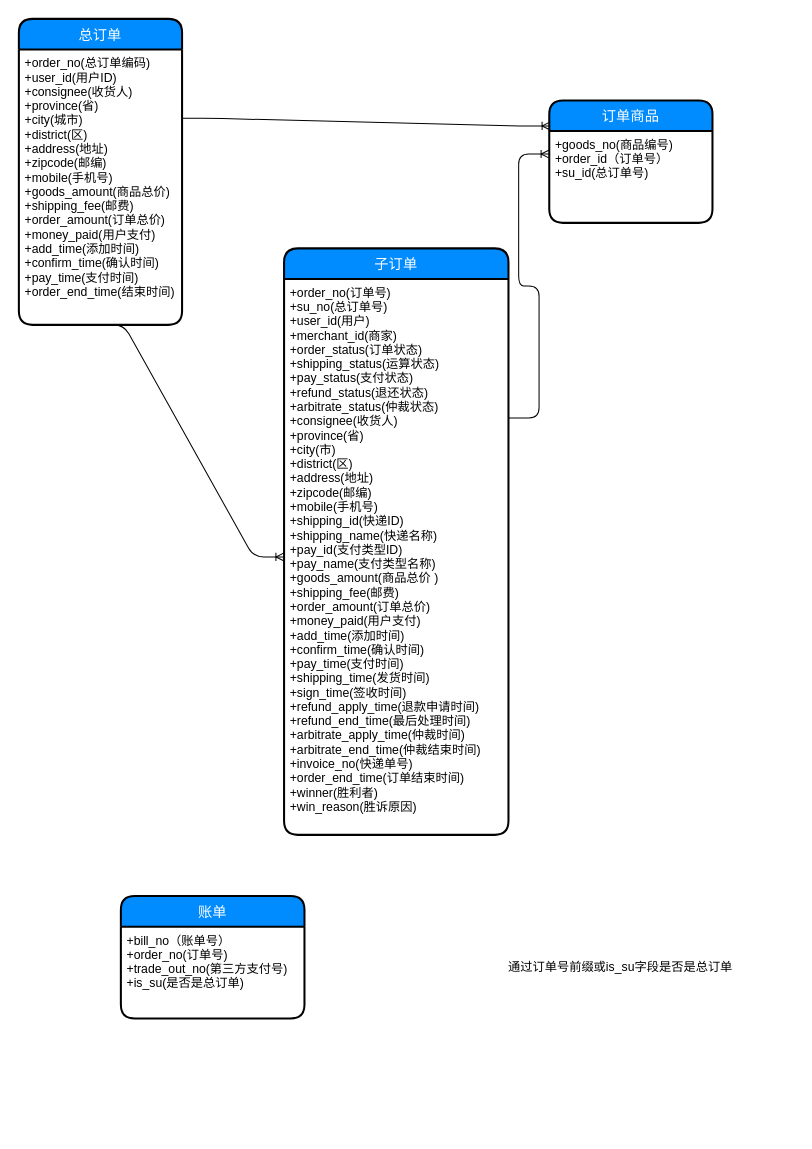
JhonShi/mashangqu keeps this draw.io diagram as page "第 5 页" (6 of 8) of 码上趣.drawio. Above is the earlier version. Source tidied: cells renumbered, new cells numbered last; positions are measured from the earlier drawing's top-left corner, leaving out a move shared by most shapes. Both pictures are drawn from the tidied source at 102%, with x=0, y=0 at pixel (18, 18).
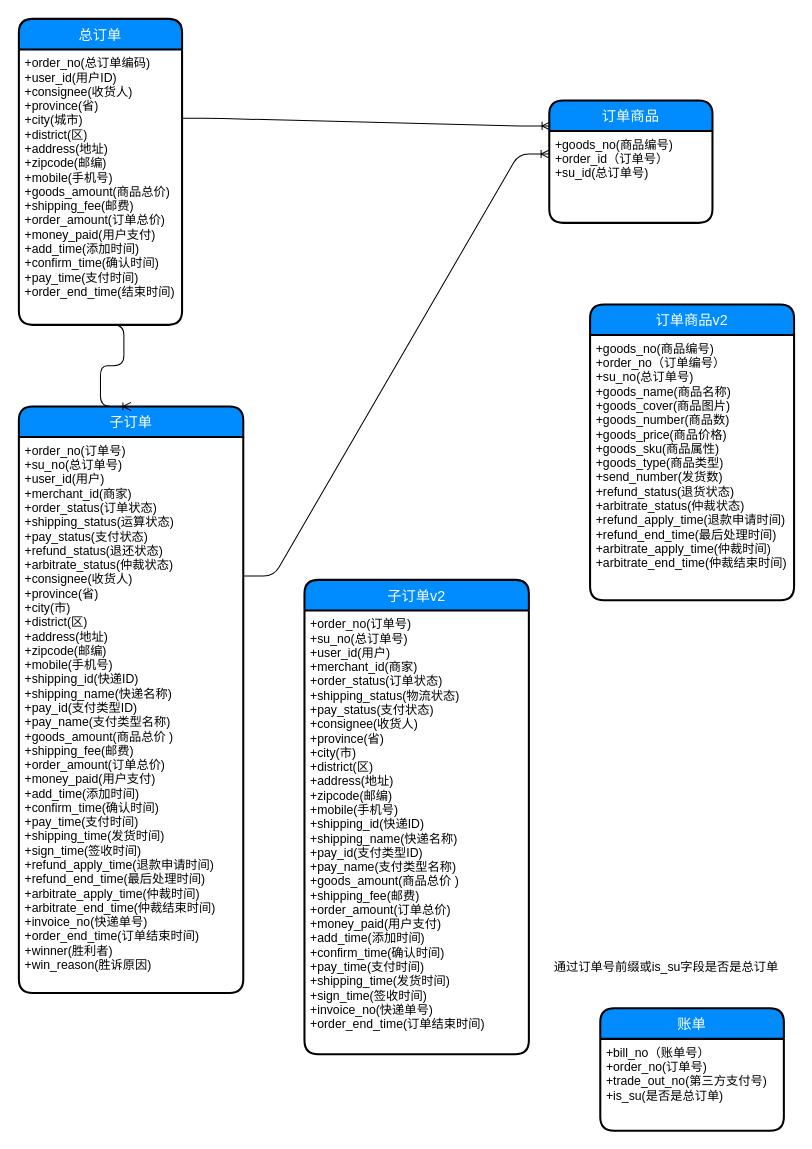
After the change.

Commit message:
更新码上趣.drawio

The edit, as a diff of the source:
```diff
@@
 <mxGraphModel>
   <root>
     <mxCell id="0" />
     <mxCell id="1" parent="0" />
     <mxCell id="2" value="总订单" style="swimlane;horizontal=1;startSize=30;fillColor=#008cff;fontColor=#FFFFFF;rounded=1;fontSize=14;fontStyle=0;strokeWidth=2;shadow=0;dashed=0;align=center;" parent="1" vertex="1">
       <mxGeometry width="160" height="300" as="geometry" />
     </mxCell>
     <mxCell id="3" value="+order_no(总订单编码)&#10;+user_id(用户ID)&#10;+consignee(收货人)&#10;+province(省)&#10;+city(城市)&#10;+district(区)&#10;+address(地址)&#10;+zipcode(邮编)&#10;+mobile(手机号)&#10;+goods_amount(商品总价)&#10;+shipping_fee(邮费)&#10;+order_amount(订单总价)&#10;+money_paid(用户支付)&#10;+add_time(添加时间)&#10;+confirm_time(确认时间)&#10;+pay_time(支付时间)&#10;+order_end_time(结束时间)&#10;" style="align=left;strokeColor=none;fillColor=none;spacingLeft=4;fontSize=12;verticalAlign=top;" parent="2" vertex="1">
       <mxGeometry y="30" width="160" height="270" as="geometry" />
     </mxCell>
     <mxCell id="4" value="订单商品" style="swimlane;horizontal=1;startSize=30;fillColor=#008cff;fontColor=#FFFFFF;rounded=1;fontSize=14;fontStyle=0;strokeWidth=2;shadow=0;dashed=0;align=center;" parent="1" vertex="1">
       <mxGeometry x="520" y="80" width="160" height="120" as="geometry" />
     </mxCell>
     <mxCell id="5" value="+goods_no(商品编号)&#10;+order_id（订单号）&#10;+su_id(总订单号)" style="align=left;strokeColor=none;fillColor=none;spacingLeft=4;fontSize=12;verticalAlign=top;" parent="4" vertex="1">
       <mxGeometry y="30" width="160" height="90" as="geometry" />
     </mxCell>
     <mxCell id="6" value="账单" style="swimlane;horizontal=1;startSize=30;fillColor=#008cff;fontColor=#FFFFFF;rounded=1;fontSize=14;fontStyle=0;strokeWidth=2;shadow=0;dashed=0;align=center;" parent="1" vertex="1">
-      <mxGeometry x="100" y="860" width="180" height="120" as="geometry" />
+      <mxGeometry x="570" y="970" width="180" height="120" as="geometry" />
     </mxCell>
     <mxCell id="7" value="+bill_no（账单号）&#10;+order_no(订单号)&#10;+trade_out_no(第三方支付号)&#10;+is_su(是否是总订单)" style="align=left;strokeColor=none;fillColor=none;spacingLeft=4;fontSize=12;verticalAlign=top;" parent="6" vertex="1">
       <mxGeometry y="30" width="180" height="90" as="geometry" />
     </mxCell>
     <mxCell id="8" style="edgeStyle=entityRelationEdgeStyle;fontSize=12;html=1;endArrow=ERoneToMany;exitX=1;exitY=0.25;exitDx=0;exitDy=0;entryX=0;entryY=0.25;entryDx=0;entryDy=0;" parent="1" edge="1" source="10" target="5">
       <mxGeometry relative="1" as="geometry" />
     </mxCell>
     <mxCell id="9" value="子订单" style="swimlane;horizontal=1;startSize=30;fillColor=#008cff;fontColor=#FFFFFF;rounded=1;fontSize=14;fontStyle=0;strokeWidth=2;shadow=0;dashed=0;align=center;" parent="1" vertex="1">
-      <mxGeometry x="260" y="225" width="220" height="575" as="geometry" />
+      <mxGeometry y="380" width="220" height="575" as="geometry" />
     </mxCell>
     <mxCell id="10" value="+order_no(订单号)&#10;+su_no(总订单号)&#10;+user_id(用户)&#10;+merchant_id(商家)&#10;+order_status(订单状态)&#10;+shipping_status(运算状态)&#10;+pay_status(支付状态)&#10;+refund_status(退还状态)&#10;+arbitrate_status(仲裁状态)&#10;+consignee(收货人)&#10;+province(省)&#10;+city(市)&#10;+district(区)&#10;+address(地址)&#10;+zipcode(邮编)&#10;+mobile(手机号)&#10;+shipping_id(快递ID)&#10;+shipping_name(快递名称)&#10;+pay_id(支付类型ID)&#10;+pay_name(支付类型名称)&#10;+goods_amount(商品总价 )&#10;+shipping_fee(邮费)&#10;+order_amount(订单总价)&#10;+money_paid(用户支付)&#10;+add_time(添加时间)&#10;+confirm_time(确认时间)&#10;+pay_time(支付时间)&#10;+shipping_time(发货时间)&#10;+sign_time(签收时间)&#10;+refund_apply_time(退款申请时间)&#10;+refund_end_time(最后处理时间)&#10;+arbitrate_apply_time(仲裁时间)&#10;+arbitrate_end_time(仲裁结束时间)&#10;+invoice_no(快递单号)&#10;+order_end_time(订单结束时间)&#10;+winner(胜利者)&#10;+win_reason(胜诉原因)" style="align=left;strokeColor=none;fillColor=none;spacingLeft=4;fontSize=12;verticalAlign=top;" parent="9" vertex="1">
       <mxGeometry y="30" width="220" height="545" as="geometry" />
     </mxCell>
-    <mxCell id="11" style="edgeStyle=entityRelationEdgeStyle;fontSize=12;html=1;endArrow=ERoneToMany;exitX=0.456;exitY=1;exitDx=0;exitDy=0;exitPerimeter=0;entryX=0;entryY=0.5;entryDx=0;entryDy=0;" parent="1" edge="1" source="3" target="10">
+    <mxCell id="11" style="edgeStyle=entityRelationEdgeStyle;fontSize=12;html=1;endArrow=ERoneToMany;exitX=0.456;exitY=1;exitDx=0;exitDy=0;exitPerimeter=0;entryX=0.5;entryY=0;entryDx=0;entryDy=0;" parent="1" edge="1" source="3" target="9">
       <mxGeometry relative="1" as="geometry" />
     </mxCell>
     <mxCell id="12" style="edgeStyle=entityRelationEdgeStyle;fontSize=12;html=1;endArrow=ERoneToMany;exitX=1;exitY=0.25;exitDx=0;exitDy=0;entryX=0.006;entryY=-0.056;entryDx=0;entryDy=0;entryPerimeter=0;" parent="1" edge="1" source="3" target="5">
       <mxGeometry relative="1" as="geometry" />
     </mxCell>
     <mxCell id="13" value="通过订单号前缀或is_su字段是否是总订单" style="text;html=1;strokeColor=none;fillColor=none;align=center;verticalAlign=middle;whiteSpace=wrap;rounded=0;" parent="1" vertex="1">
-      <mxGeometry x="420" y="920" width="340" height="20" as="geometry" />
+      <mxGeometry x="510" y="920" width="250" height="20" as="geometry" />
     </mxCell>
+    <mxCell id="14" value="子订单v2" style="swimlane;horizontal=1;startSize=30;fillColor=#008cff;fontColor=#FFFFFF;rounded=1;fontSize=14;fontStyle=0;strokeWidth=2;shadow=0;dashed=0;align=center;" parent="1" vertex="1">
+      <mxGeometry x="280" y="550" width="220" height="465" as="geometry" />
+    </mxCell>
+    <mxCell id="15" value="+order_no(订单号)&#10;+su_no(总订单号)&#10;+user_id(用户)&#10;+merchant_id(商家)&#10;+order_status(订单状态)&#10;+shipping_status(物流状态)&#10;+pay_status(支付状态)&#10;+consignee(收货人)&#10;+province(省)&#10;+city(市)&#10;+district(区)&#10;+address(地址)&#10;+zipcode(邮编)&#10;+mobile(手机号)&#10;+shipping_id(快递ID)&#10;+shipping_name(快递名称)&#10;+pay_id(支付类型ID)&#10;+pay_name(支付类型名称)&#10;+goods_amount(商品总价 )&#10;+shipping_fee(邮费)&#10;+order_amount(订单总价)&#10;+money_paid(用户支付)&#10;+add_time(添加时间)&#10;+confirm_time(确认时间)&#10;+pay_time(支付时间)&#10;+shipping_time(发货时间)&#10;+sign_time(签收时间)&#10;+invoice_no(快递单号)&#10;+order_end_time(订单结束时间)" style="align=left;strokeColor=none;fillColor=none;spacingLeft=4;fontSize=12;verticalAlign=top;" parent="14" vertex="1">
+      <mxGeometry y="30" width="220" height="435" as="geometry" />
+    </mxCell>
+    <mxCell id="16" value="订单商品v2" style="swimlane;horizontal=1;startSize=30;fillColor=#008cff;fontColor=#FFFFFF;rounded=1;fontSize=14;fontStyle=0;strokeWidth=2;shadow=0;dashed=0;align=center;" parent="1" vertex="1">
+      <mxGeometry x="560" y="280" width="200" height="290" as="geometry" />
+    </mxCell>
+    <mxCell id="17" value="+goods_no(商品编号)&#10;+order_no（订单编号）&#10;+su_no(总订单号)&#10;+goods_name(商品名称)&#10;+goods_cover(商品图片)&#10;+goods_number(商品数)&#10;+goods_price(商品价格)&#10;+goods_sku(商品属性)&#10;+goods_type(商品类型)&#10;+send_number(发货数)&#10;+refund_status(退货状态)&#10;+arbitrate_status(仲裁状态)&#10;+refund_apply_time(退款申请时间)&#10;+refund_end_time(最后处理时间)&#10;+arbitrate_apply_time(仲裁时间)&#10;+arbitrate_end_time(仲裁结束时间)&#10;&#10;" style="align=left;strokeColor=none;fillColor=none;spacingLeft=4;fontSize=12;verticalAlign=top;" parent="16" vertex="1">
+      <mxGeometry y="30" width="200" height="260" as="geometry" />
+    </mxCell>
   </root>
 </mxGraphModel>
```
